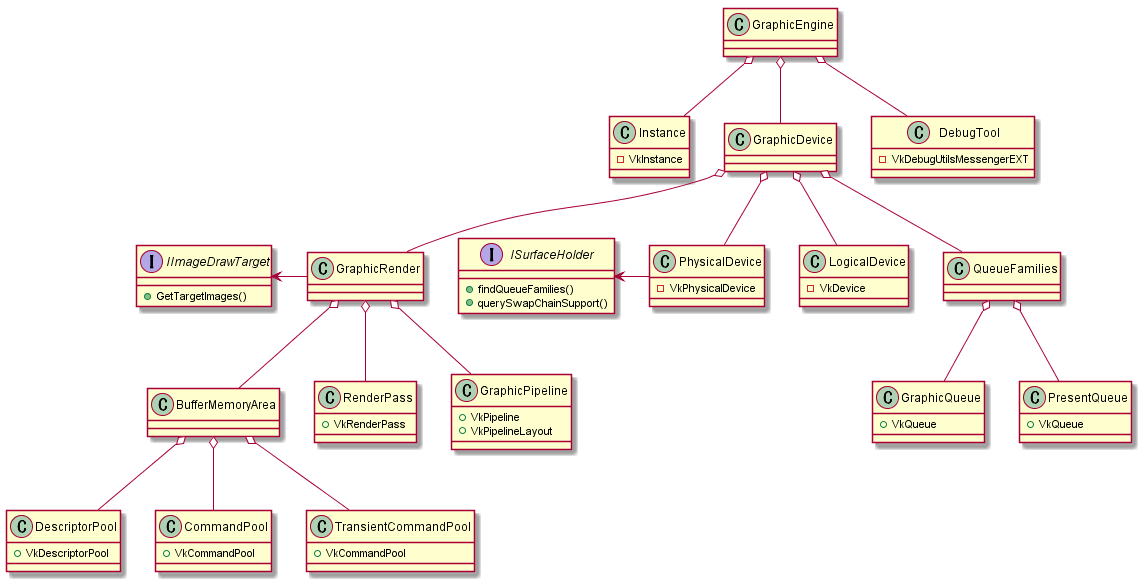
Before: doc/diagrams/out/Wasabi/graphic/graphic.png, a diagram exported from PlantUML (takowasaby/vulkan_game). The source it was exported from:
```plantuml
@startuml graphic

interface ISurfaceHolder {
    + findQueueFamilies()
    + querySwapChainSupport()
}
interface IImageDrawTarget {
    + GetTargetImages()
}

class GraphicEngine {
}
class Instance {
    - VkInstance
}
class GraphicDevice {
}
class DebugTool {
    - VkDebugUtilsMessengerEXT
}


class PhysicalDevice {
    - VkPhysicalDevice
}
class LogicalDevice {
    - VkDevice
}
class GraphicRender {

}
class QueueFamilies {

}


class BufferMemoryArea {

}
class DescriptorPool {
    + VkDescriptorPool
}
class CommandPool {
    + VkCommandPool
}
class TransientCommandPool {
    + VkCommandPool
}

class RenderPass {
    + VkRenderPass
}

class GraphicPipeline {
    + VkPipeline
    + VkPipelineLayout
}

class GraphicQueue {
    + VkQueue
}
class PresentQueue {
    + VkQueue
}

GraphicEngine o-- Instance
GraphicEngine o-- GraphicDevice
GraphicEngine o-- DebugTool

GraphicDevice o-- PhysicalDevice
GraphicDevice o-- LogicalDevice
GraphicDevice o-- QueueFamilies
GraphicDevice o-- GraphicRender

GraphicRender o-- RenderPass
GraphicRender o-- GraphicPipeline
GraphicRender o-- BufferMemoryArea

BufferMemoryArea o-- DescriptorPool
BufferMemoryArea o-- CommandPool
BufferMemoryArea o-- TransientCommandPool

PhysicalDevice -left-> ISurfaceHolder

GraphicRender -left-> IImageDrawTarget

QueueFamilies o-- GraphicQueue
QueueFamilies o-- PresentQueue

@enduml
```
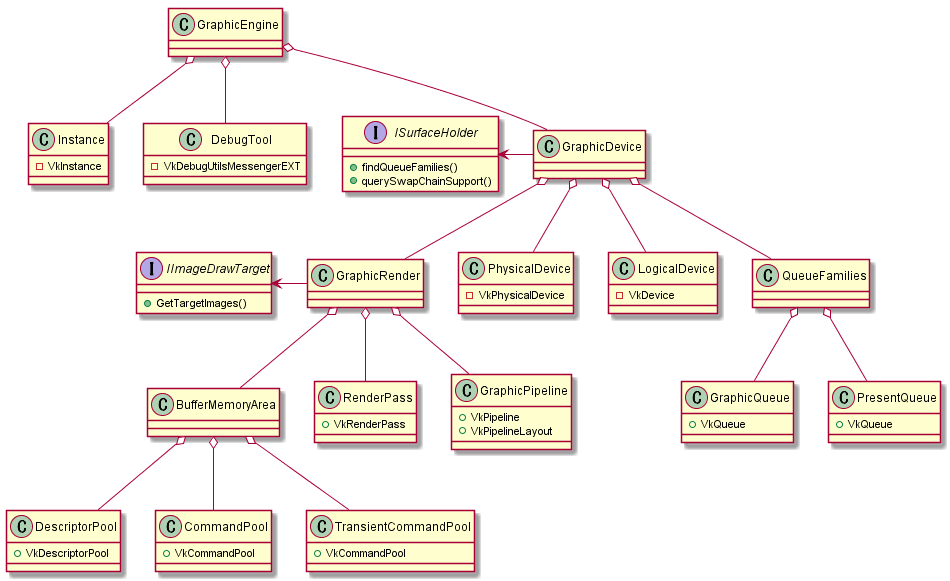
After the change.

Change to the diagram source:
```diff
@@ -72,6 +72,8 @@
 GraphicDevice o-- QueueFamilies
 GraphicDevice o-- GraphicRender
 
+GraphicDevice -left-> ISurfaceHolder
+
 GraphicRender o-- RenderPass
 GraphicRender o-- GraphicPipeline
 GraphicRender o-- BufferMemoryArea
@@ -80,8 +82,6 @@
 BufferMemoryArea o-- CommandPool
 BufferMemoryArea o-- TransientCommandPool
 
-PhysicalDevice -left-> ISurfaceHolder
-
 GraphicRender -left-> IImageDrawTarget
 
 QueueFamilies o-- GraphicQueue
```
